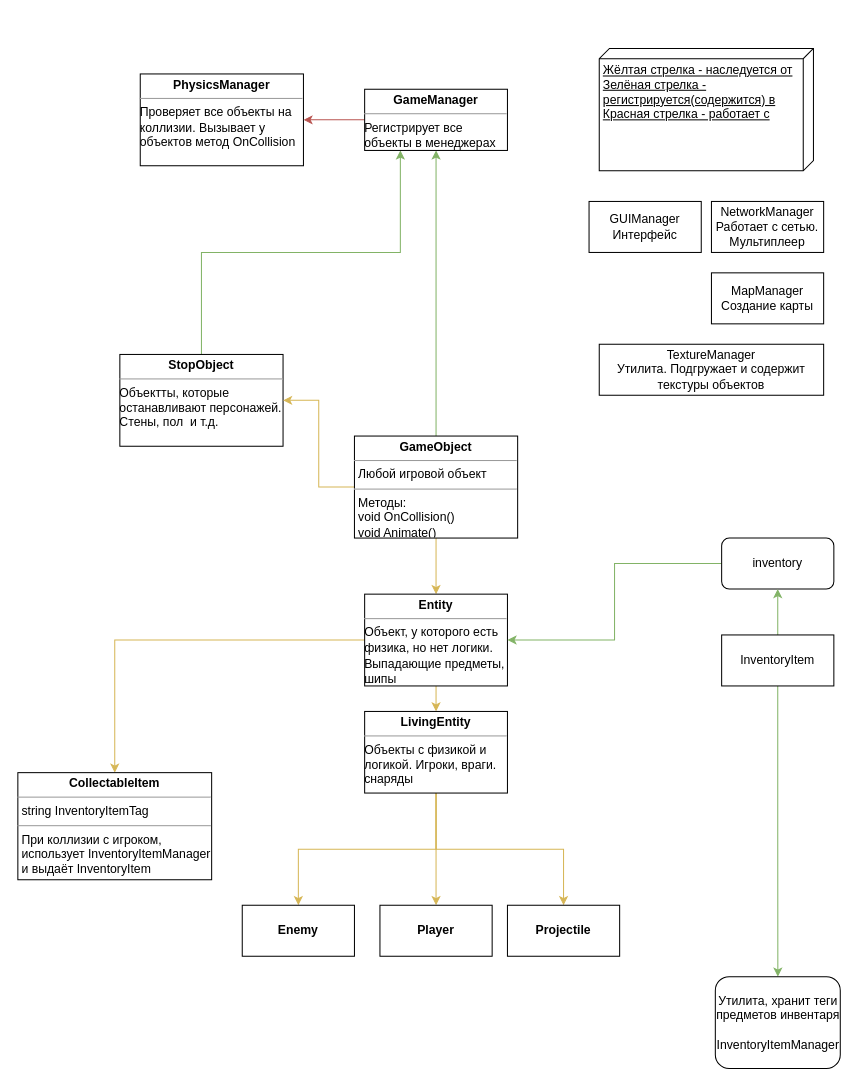
progtime-net/drawIOPlan keeps this draw.io diagram as progtimeDiagramm.drawio. Above is the earlier version. Source tidied: cells renumbered, new cells numbered last; positions are measured from the earlier drawing's top-left corner, leaving out a move shared by most shapes. Both pictures are drawn from the tidied source at 102%, with x=0, y=0 at pixel (17, 48).
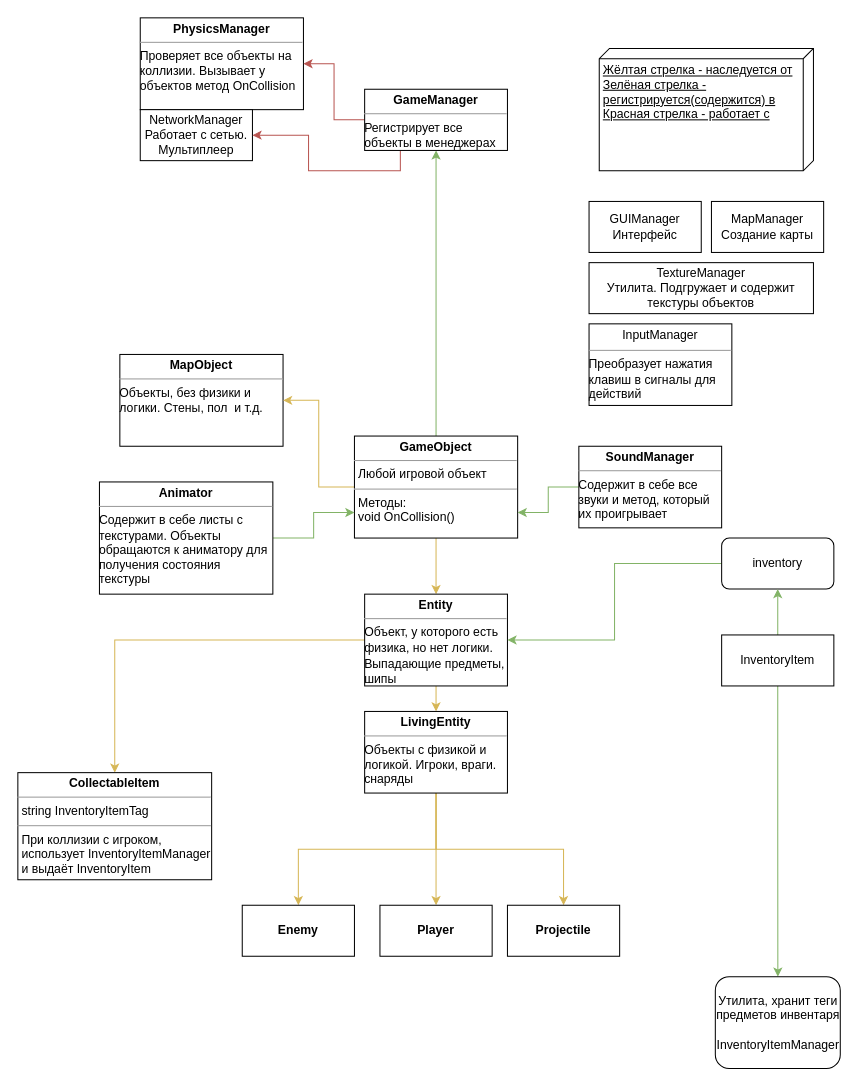
The same page after the edit.

Unchanged cells that the change refers to:
```xml
<mxCell id="33" value="&lt;p style=&quot;margin:0px;margin-top:4px;text-align:center;&quot;&gt;&lt;b&gt;GameManager&lt;/b&gt;&lt;/p&gt;&lt;hr size=&quot;1&quot;&gt;&lt;div style=&quot;height:2px;&quot;&gt;Регистрирует все объекты в менеджерах&lt;/div&gt;" style="verticalAlign=top;align=left;overflow=fill;fontSize=12;fontFamily=Helvetica;html=1;whiteSpace=wrap;" parent="1" vertex="1">
  <mxGeometry x="340" y="40" width="140" height="60" as="geometry" />
</mxCell>
```

What changed in the source:
```diff
@@
     <mxCell id="3" value="&lt;p style=&quot;margin:0px;margin-top:4px;text-align:center;&quot;&gt;&lt;b&gt;PhysicsManager&lt;/b&gt;&lt;/p&gt;&lt;hr size=&quot;1&quot;&gt;&lt;div style=&quot;height:2px;&quot;&gt;Проверяет все объекты на коллизии. Вызывает у объектов метод OnCollision&amp;nbsp;&lt;/div&gt;&lt;div style=&quot;height:2px;&quot;&gt;&lt;br&gt;&lt;br&gt;&lt;/div&gt;" style="verticalAlign=top;align=left;overflow=fill;fontSize=12;fontFamily=Helvetica;html=1;whiteSpace=wrap;" parent="1" vertex="1">
-      <mxGeometry x="120" y="25" width="160" height="90" as="geometry" />
+      <mxGeometry x="120" y="-30" width="160" height="90" as="geometry" />
     </mxCell>
-    <mxCell id="4" style="edgeStyle=orthogonalEdgeStyle;rounded=0;jettySize=auto;html=1;exitX=0.5;exitY=0;exitDx=0;exitDy=0;entryX=0.25;entryY=1;entryDx=0;entryDy=0;fillColor=#d5e8d4;strokeColor=#82b366;" parent="1" edge="1" source="5" target="33">
-      <mxGeometry relative="1" as="geometry" />
-    </mxCell>
-    <mxCell id="5" value="&lt;p style=&quot;margin:0px;margin-top:4px;text-align:center;&quot;&gt;&lt;b&gt;StopObject&lt;/b&gt;&lt;/p&gt;&lt;hr size=&quot;1&quot;&gt;&lt;div style=&quot;height:2px;&quot;&gt;Объектты, которые останавливают персонажей. Стены, пол&amp;nbsp; и т.д.&lt;/div&gt;" style="verticalAlign=top;align=left;overflow=fill;fontSize=12;fontFamily=Helvetica;html=1;whiteSpace=wrap;" parent="1" vertex="1">
+    <mxCell id="5" value="&lt;p style=&quot;margin:0px;margin-top:4px;text-align:center;&quot;&gt;&lt;b&gt;MapObject&lt;/b&gt;&lt;/p&gt;&lt;hr size=&quot;1&quot;&gt;&lt;div style=&quot;height:2px;&quot;&gt;Объекты, без физики и логики. Стены, пол&amp;nbsp; и т.д.&lt;/div&gt;" style="verticalAlign=top;align=left;overflow=fill;fontSize=12;fontFamily=Helvetica;html=1;whiteSpace=wrap;" parent="1" vertex="1">
       <mxGeometry x="100" y="300" width="160" height="90" as="geometry" />
     </mxCell>
@@
-    <mxCell id="9" value="&lt;p style=&quot;margin:0px;margin-top:4px;text-align:center;&quot;&gt;&lt;b&gt;GameObject&lt;/b&gt;&lt;/p&gt;&lt;hr size=&quot;1&quot;&gt;&lt;p style=&quot;margin:0px;margin-left:4px;&quot;&gt;Любой игровой объект&lt;/p&gt;&lt;hr size=&quot;1&quot;&gt;&lt;p style=&quot;margin:0px;margin-left:4px;&quot;&gt;Методы:&lt;/p&gt;&lt;p style=&quot;margin:0px;margin-left:4px;&quot;&gt;void OnCollision()&lt;/p&gt;&lt;p style=&quot;margin:0px;margin-left:4px;&quot;&gt;void Animate()&lt;/p&gt;" style="verticalAlign=top;align=left;overflow=fill;fontSize=12;fontFamily=Helvetica;html=1;whiteSpace=wrap;" parent="1" vertex="1">
+    <mxCell id="9" value="&lt;p style=&quot;margin:0px;margin-top:4px;text-align:center;&quot;&gt;&lt;b&gt;GameObject&lt;/b&gt;&lt;/p&gt;&lt;hr size=&quot;1&quot;&gt;&lt;p style=&quot;margin:0px;margin-left:4px;&quot;&gt;Любой игровой объект&lt;/p&gt;&lt;hr size=&quot;1&quot;&gt;&lt;p style=&quot;margin:0px;margin-left:4px;&quot;&gt;Методы:&lt;/p&gt;&lt;p style=&quot;margin:0px;margin-left:4px;&quot;&gt;void OnCollision()&lt;/p&gt;" style="verticalAlign=top;align=left;overflow=fill;fontSize=12;fontFamily=Helvetica;html=1;whiteSpace=wrap;" parent="1" vertex="1">
       <mxGeometry x="330" y="380" width="160" height="100" as="geometry" />
     </mxCell>
@@
     <mxCell id="28" value="MapManager&lt;br&gt;Создание карты" style="html=1;whiteSpace=wrap;" parent="1" vertex="1">
-      <mxGeometry x="680" y="220" width="110" height="50" as="geometry" />
+      <mxGeometry x="680" y="150" width="110" height="50" as="geometry" />
     </mxCell>
@@
     <mxCell id="30" value="TextureManager&lt;br&gt;Утилита. Подгружает и содержит текстуры объектов" style="html=1;whiteSpace=wrap;" parent="1" vertex="1">
-      <mxGeometry x="570" y="290" width="220" height="50" as="geometry" />
+      <mxGeometry x="560" y="210" width="220" height="50" as="geometry" />
     </mxCell>
     <mxCell id="31" value="NetworkManager&lt;br&gt;Работает с сетью. Мультиплеер" style="html=1;whiteSpace=wrap;" parent="1" vertex="1">
-      <mxGeometry x="680" y="150" width="110" height="50" as="geometry" />
+      <mxGeometry x="120" y="60" width="110" height="50" as="geometry" />
     </mxCell>
@@
+    <mxCell id="34" style="edgeStyle=orthogonalEdgeStyle;rounded=0;jettySize=auto;html=1;exitX=0.25;exitY=1;exitDx=0;exitDy=0;entryX=1;entryY=0.5;entryDx=0;entryDy=0;fillColor=#f8cecc;strokeColor=#b85450;" parent="1" edge="1" source="33" target="31">
+      <mxGeometry relative="1" as="geometry" />
+    </mxCell>
@@
+    <mxCell id="35" style="edgeStyle=orthogonalEdgeStyle;rounded=0;jettySize=auto;html=1;entryX=0;entryY=0.75;entryDx=0;entryDy=0;fillColor=#d5e8d4;strokeColor=#82b366;" parent="1" edge="1" source="36" target="9">
+      <mxGeometry relative="1" as="geometry" />
+    </mxCell>
+    <mxCell id="36" value="&lt;p style=&quot;margin:0px;margin-top:4px;text-align:center;&quot;&gt;&lt;b&gt;Animator&lt;br&gt;&lt;/b&gt;&lt;/p&gt;&lt;hr size=&quot;1&quot;&gt;&lt;div style=&quot;height:2px;&quot;&gt;Содержит в себе листы с текстурами. Объекты обращаются к аниматору для получения состояния текстуры&lt;/div&gt;" style="verticalAlign=top;align=left;overflow=fill;fontSize=12;fontFamily=Helvetica;html=1;whiteSpace=wrap;" parent="1" vertex="1">
+      <mxGeometry x="80" y="425" width="170" height="110" as="geometry" />
+    </mxCell>
+    <mxCell id="37" value="&lt;p style=&quot;margin:0px;margin-top:4px;text-align:center;&quot;&gt;InputManager&lt;/p&gt;&lt;div style=&quot;height:2px;&quot;&gt;&lt;br&gt;&lt;/div&gt;&lt;hr size=&quot;1&quot;&gt;&lt;div style=&quot;height:2px;&quot;&gt;Преобразует нажатия клавиш в сигналы для действий&lt;/div&gt;" style="verticalAlign=top;align=left;overflow=fill;fontSize=12;fontFamily=Helvetica;html=1;whiteSpace=wrap;" parent="1" vertex="1">
+      <mxGeometry x="560" y="270" width="140" height="80" as="geometry" />
+    </mxCell>
+    <mxCell id="38" style="edgeStyle=orthogonalEdgeStyle;rounded=0;jettySize=auto;html=1;entryX=1;entryY=0.75;entryDx=0;entryDy=0;fillColor=#d5e8d4;strokeColor=#82b366;" parent="1" edge="1" source="39" target="9">
+      <mxGeometry relative="1" as="geometry" />
+    </mxCell>
+    <mxCell id="39" value="&lt;p style=&quot;margin:0px;margin-top:4px;text-align:center;&quot;&gt;&lt;b&gt;SoundManager&lt;/b&gt;&lt;/p&gt;&lt;hr size=&quot;1&quot;&gt;&lt;div style=&quot;height:2px;&quot;&gt;Содержит в себе все звуки и метод, который их проигрывает&lt;/div&gt;" style="verticalAlign=top;align=left;overflow=fill;fontSize=12;fontFamily=Helvetica;html=1;whiteSpace=wrap;" parent="1" vertex="1">
+      <mxGeometry x="550" y="390" width="140" height="80" as="geometry" />
+    </mxCell>
```
